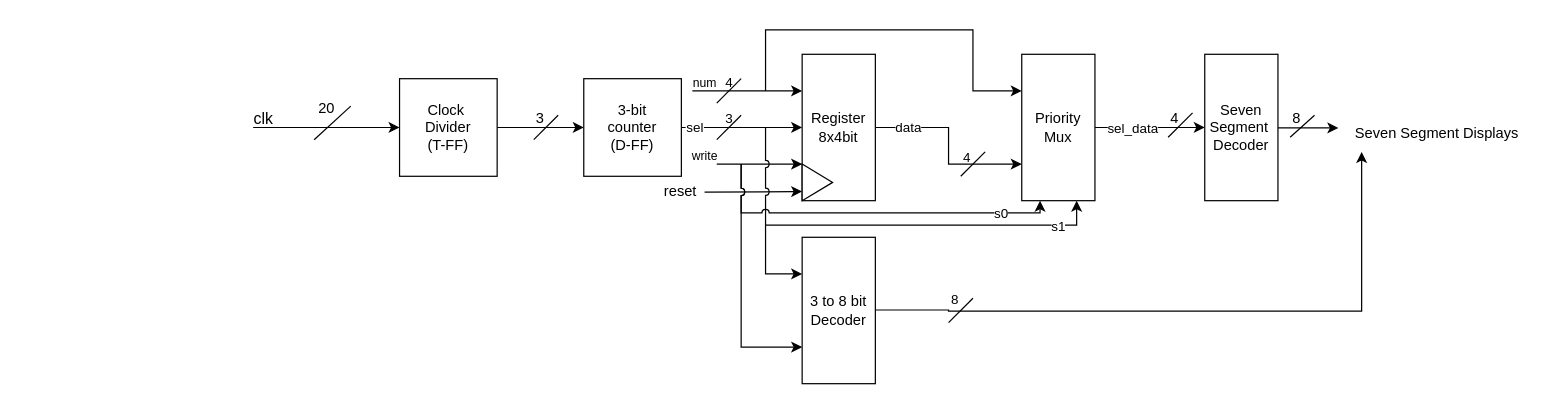
The draw.io diagram page "Page-1" (1 of 3) of SevenSegmentSeq.drawio in abubakar-lgtm/DSD_2023_Abubakar, before the edit. Source tidied: cells renumbered, new cells numbered last; positions are measured from the earlier drawing's top-left corner, leaving out a move shared by most shapes. Both pictures are drawn from the tidied source at 122%, with x=0, y=0 at pixel (240, 29).
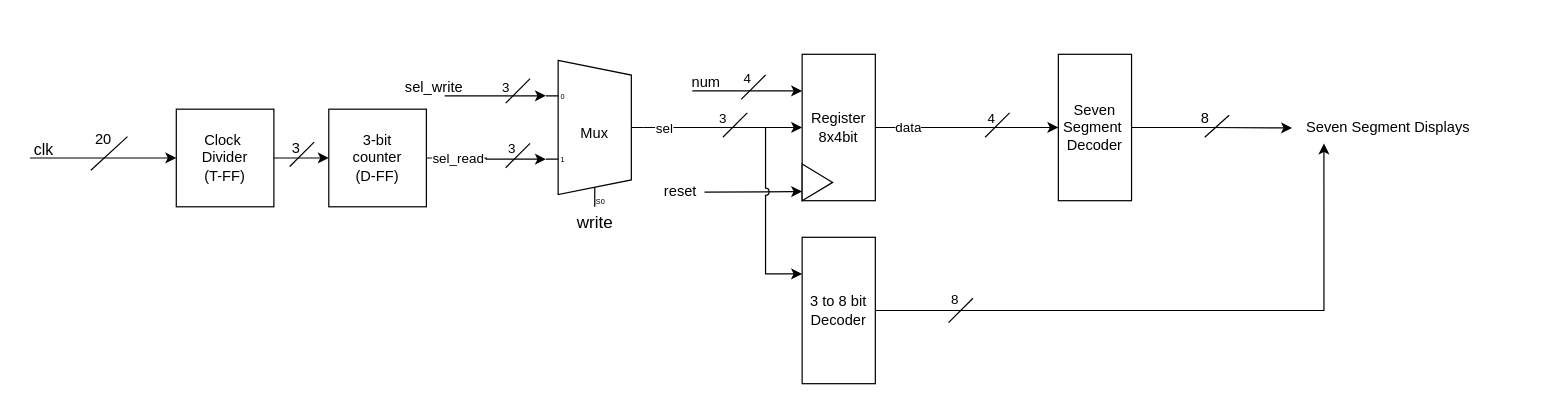
After the change.

The change refers to these unchanged cells:
```xml
<mxCell id="28" value="Register&lt;div&gt;8x4bit&lt;/div&gt;" style="rounded=0;whiteSpace=wrap;html=1;direction=south;" parent="27" vertex="1">
  <mxGeometry width="60" height="120" as="geometry" />
</mxCell>
<mxCell id="33" value="3 to 8 bit&lt;div&gt;Decoder&lt;/div&gt;" style="rounded=0;whiteSpace=wrap;html=1;direction=south;" parent="1" vertex="1">
  <mxGeometry x="460" y="170" width="60" height="120" as="geometry" />
</mxCell>
```

Diff of the diagram source:
```diff
@@
     <mxCell id="3" value="Clock&amp;nbsp;&lt;div&gt;Divider&lt;/div&gt;&lt;div&gt;(T-FF)&lt;/div&gt;" style="whiteSpace=wrap;html=1;" parent="1" vertex="1">
-      <mxGeometry x="130" y="40" width="80" height="80" as="geometry" />
+      <mxGeometry x="-53" y="65" width="80" height="80" as="geometry" />
     </mxCell>
     <mxCell id="4" style="endArrow=classic;html=1;rounded=0;entryX=0;entryY=0.5;entryDx=0;entryDy=0;strokeWidth=1;" parent="1" edge="1" target="3">
       <mxGeometry relative="1" as="geometry">
-        <mxPoint x="10" y="80" as="sourcePoint" />
+        <mxPoint x="-173" y="105" as="sourcePoint" />
       </mxGeometry>
     </mxCell>
     <mxCell id="5" value="&lt;font style=&quot;font-size: 13px;&quot;&gt;clk&amp;nbsp;&lt;/font&gt;" style="text;html=1;align=center;verticalAlign=middle;strokeColor=none;fillColor=none;" parent="1" vertex="1">
-      <mxGeometry y="58" width="40" height="30" as="geometry" />
+      <mxGeometry x="-180" y="83" width="40" height="30" as="geometry" />
     </mxCell>
-    <mxCell id="6" style="edgeStyle=orthogonalEdgeStyle;rounded=0;jettySize=auto;html=1;entryX=0.5;entryY=1;entryDx=0;entryDy=0;strokeWidth=1;" parent="1" edge="1" source="8" target="28">
+    <mxCell id="6" style="edgeStyle=orthogonalEdgeStyle;rounded=0;jettySize=auto;html=1;strokeWidth=1;entryX=0;entryY=0.65;entryDx=0;entryDy=3;entryPerimeter=0;" parent="1" edge="1" source="8" target="53">
       <mxGeometry relative="1" as="geometry" />
     </mxCell>
-    <mxCell id="7" value="sel" style="edgeLabel;html=1;align=center;verticalAlign=middle;" parent="6" vertex="1">
-      <mxGeometry x="-0.8" y="1" relative="1" as="geometry" />
+    <mxCell id="7" value="sel_read" style="edgeLabel;html=1;align=center;verticalAlign=middle;" parent="6" vertex="1">
+      <mxGeometry x="-0.8" y="1" relative="1" as="geometry">
+        <mxPoint x="15" y="1" as="offset" />
+      </mxGeometry>
     </mxCell>
     <mxCell id="8" value="3-bit&lt;div&gt;counter&lt;/div&gt;&lt;div&gt;(D-FF)&lt;/div&gt;" style="whiteSpace=wrap;html=1;" parent="1" vertex="1">
-      <mxGeometry x="281" y="40" width="80" height="80" as="geometry" />
+      <mxGeometry x="72" y="65" width="80" height="80" as="geometry" />
     </mxCell>
-    <mxCell id="9" style="edgeStyle=orthogonalEdgeStyle;rounded=0;jettySize=auto;html=1;strokeWidth=1;entryX=0.75;entryY=1;entryDx=0;entryDy=0;" parent="1" edge="1" source="28" target="47">
+    <mxCell id="9" style="edgeStyle=orthogonalEdgeStyle;rounded=0;jettySize=auto;html=1;strokeWidth=1;entryX=0.5;entryY=1;entryDx=0;entryDy=0;" parent="1" edge="1" source="28" target="23">
       <mxGeometry relative="1" as="geometry" />
     </mxCell>
@@
     <mxCell id="11" style="endArrow=none;html=1;rounded=0;strokeWidth=1;" parent="1" edge="1">
       <mxGeometry relative="1" as="geometry">
-        <mxPoint x="90" y="62.5" as="sourcePoint" />
-        <mxPoint x="60" y="90" as="targetPoint" />
+        <mxPoint x="-93" y="87.5" as="sourcePoint" />
+        <mxPoint x="-123" y="115" as="targetPoint" />
       </mxGeometry>
     </mxCell>
     <mxCell id="12" value="20" style="text;html=1;align=center;verticalAlign=middle;strokeColor=none;fillColor=none;" parent="1" vertex="1">
-      <mxGeometry x="50" y="50" width="40" height="30" as="geometry" />
+      <mxGeometry x="-133" y="75" width="40" height="30" as="geometry" />
     </mxCell>
     <mxCell id="13" style="endArrow=none;html=1;rounded=0;strokeWidth=1;" parent="1" edge="1">
       <mxGeometry relative="1" as="geometry">
-        <mxPoint x="260" y="70" as="sourcePoint" />
-        <mxPoint x="240" y="90" as="targetPoint" />
+        <mxPoint x="60" y="92" as="sourcePoint" />
+        <mxPoint x="40" y="112" as="targetPoint" />
       </mxGeometry>
     </mxCell>
     <mxCell id="14" value="&lt;font&gt;3&lt;/font&gt;" style="text;html=1;align=center;verticalAlign=middle;strokeColor=none;fillColor=none;" parent="1" vertex="1">
-      <mxGeometry x="230" y="58" width="30" height="30" as="geometry" />
+      <mxGeometry x="30" y="82" width="30" height="30" as="geometry" />
     </mxCell>
-    <mxCell id="15" style="endArrow=classic;html=1;rounded=0;entryX=0.75;entryY=1;entryDx=0;entryDy=0;" parent="1" edge="1" target="28">
-      <mxGeometry relative="1" as="geometry">
-        <mxPoint x="390" y="110" as="sourcePoint" />
-      </mxGeometry>
-    </mxCell>
-    <mxCell id="16" value="write" style="text;html=1;align=center;verticalAlign=middle;strokeColor=none;fillColor=none;fontSize=10;" parent="1" vertex="1">
-      <mxGeometry x="360" y="88" width="40" height="30" as="geometry" />
+    <mxCell id="16" value="&lt;font style=&quot;font-size: 14px;&quot;&gt;write&lt;/font&gt;" style="text;html=1;align=center;verticalAlign=middle;strokeColor=none;fillColor=none;fontSize=10;" parent="1" vertex="1">
+      <mxGeometry x="265" y="140" width="50" height="35" as="geometry" />
     </mxCell>
@@
     <mxCell id="18" style="endArrow=none;html=1;rounded=0;strokeWidth=1;" parent="1" edge="1">
       <mxGeometry relative="1" as="geometry">
-        <mxPoint x="410" y="70" as="sourcePoint" />
-        <mxPoint x="390" y="90" as="targetPoint" />
+        <mxPoint x="237" y="93" as="sourcePoint" />
+        <mxPoint x="217" y="113" as="targetPoint" />
       </mxGeometry>
     </mxCell>
     <mxCell id="19" value="3" style="text;html=1;align=center;verticalAlign=middle;strokeColor=none;fillColor=none;fontSize=11;" parent="1" vertex="1">
-      <mxGeometry x="385" y="58" width="30" height="30" as="geometry" />
+      <mxGeometry x="207" y="82" width="30" height="30" as="geometry" />
     </mxCell>
-    <mxCell id="20" value="&lt;font style=&quot;font-size: 10px;&quot;&gt;num&lt;/font&gt;" style="text;html=1;align=center;verticalAlign=middle;strokeColor=none;fillColor=none;" parent="1" vertex="1">
-      <mxGeometry x="360" y="28" width="40" height="30" as="geometry" />
+    <mxCell id="20" value="&lt;font style=&quot;font-size: 12px;&quot;&gt;num&lt;/font&gt;" style="text;html=1;align=center;verticalAlign=middle;strokeColor=none;fillColor=none;" parent="1" vertex="1">
+      <mxGeometry x="358" y="28" width="45" height="30" as="geometry" />
     </mxCell>
     <mxCell id="21" value="4" style="text;html=1;align=center;verticalAlign=middle;strokeColor=none;fillColor=none;fontSize=11;" parent="1" vertex="1">
-      <mxGeometry x="385" y="28" width="30" height="30" as="geometry" />
+      <mxGeometry x="400" y="25" width="30" height="30" as="geometry" />
     </mxCell>
     <mxCell id="22" style="endArrow=none;html=1;rounded=0;strokeWidth=1;" parent="1" edge="1">
       <mxGeometry relative="1" as="geometry">
-        <mxPoint x="410" y="40" as="sourcePoint" />
-        <mxPoint x="390" y="60" as="targetPoint" />
+        <mxPoint x="430" y="37" as="sourcePoint" />
+        <mxPoint x="410" y="57" as="targetPoint" />
       </mxGeometry>
     </mxCell>
     <mxCell id="23" value="Seven Segment&amp;nbsp;&lt;div&gt;Decoder&lt;/div&gt;" style="rounded=0;whiteSpace=wrap;html=1;direction=south;" parent="1" vertex="1">
-      <mxGeometry x="790" y="20" width="60" height="120" as="geometry" />
+      <mxGeometry x="670" y="20" width="60" height="120" as="geometry" />
     </mxCell>
     <mxCell id="24" style="endArrow=none;html=1;rounded=0;strokeWidth=1;" parent="1" edge="1">
       <mxGeometry relative="1" as="geometry">
-        <mxPoint x="610" y="100" as="sourcePoint" />
-        <mxPoint x="590" y="120" as="targetPoint" />
+        <mxPoint x="630" y="68" as="sourcePoint" />
+        <mxPoint x="610" y="88" as="targetPoint" />
       </mxGeometry>
     </mxCell>
     <mxCell id="25" value="&lt;font style=&quot;font-size: 11px;&quot;&gt;4&lt;/font&gt;" style="text;html=1;align=center;verticalAlign=middle;strokeColor=none;fillColor=none;" parent="1" vertex="1">
-      <mxGeometry x="580" y="90" width="30" height="30" as="geometry" />
+      <mxGeometry x="600" y="58" width="30" height="30" as="geometry" />
     </mxCell>
     <mxCell id="26" value="Seven Segment Displays" style="text;html=1;align=center;verticalAlign=middle;points=[];strokeColor=none;fillColor=none;" parent="1" vertex="1">
-      <mxGeometry x="900" y="70" width="160" height="30" as="geometry" />
+      <mxGeometry x="860" y="65" width="160" height="30" as="geometry" />
     </mxCell>
@@
-    <mxCell id="32" style="edgeStyle=orthogonalEdgeStyle;rounded=0;orthogonalLoop=1;jettySize=auto;html=1;entryX=0.116;entryY=1.014;entryDx=0;entryDy=0;entryPerimeter=0;" parent="1" edge="1">
-      <mxGeometry relative="1" as="geometry">
-        <mxPoint x="520" y="229.6" as="sourcePoint" />
-        <mxPoint x="918.6" y="100" as="targetPoint" />
-        <Array as="points">
-          <mxPoint x="580" y="229.6" />
-          <mxPoint x="580" y="230.6" />
-          <mxPoint x="919" y="230.6" />
-        </Array>
-      </mxGeometry>
-    </mxCell>
@@
-    <mxCell id="35" style="endArrow=classic;html=1;rounded=0;entryX=0.75;entryY=1;entryDx=0;entryDy=0;jumpStyle=arc;" parent="1" edge="1" target="33">
-      <mxGeometry relative="1" as="geometry">
-        <mxPoint x="410" y="110" as="sourcePoint" />
-        <Array as="points">
-          <mxPoint x="410" y="260" />
-        </Array>
-      </mxGeometry>
-    </mxCell>
@@
-    <mxCell id="38" style="endArrow=classic;html=1;rounded=0;entryX=1;entryY=0.75;entryDx=0;entryDy=0;jumpStyle=arc;" parent="1" edge="1" target="47">
-      <mxGeometry relative="1" as="geometry">
-        <mxPoint x="410" y="110" as="sourcePoint" />
-        <Array as="points">
-          <mxPoint x="410" y="150" />
-          <mxPoint x="655" y="150" />
-        </Array>
-      </mxGeometry>
-    </mxCell>
-    <mxCell id="39" value="s0" style="edgeLabel;html=1;align=center;verticalAlign=middle;" parent="38" vertex="1">
-      <mxGeometry x="0.71" relative="1" as="geometry" />
-    </mxCell>
-    <mxCell id="40" style="endArrow=none;html=1;rounded=0;" parent="1" edge="1">
-      <mxGeometry relative="1" as="geometry">
-        <mxPoint x="780" y="68" as="sourcePoint" />
-        <mxPoint x="760" y="88" as="targetPoint" />
-      </mxGeometry>
-    </mxCell>
-    <mxCell id="41" value="4" style="text;html=1;align=center;verticalAlign=middle;strokeColor=none;fillColor=none;" parent="1" vertex="1">
-      <mxGeometry x="750" y="58" width="30" height="30" as="geometry" />
-    </mxCell>
-    <mxCell id="42" style="edgeStyle=orthogonalEdgeStyle;rounded=0;jettySize=auto;html=1;entryX=-0.003;entryY=0.346;entryDx=0;entryDy=0;entryPerimeter=0;" parent="1" edge="1" source="23" target="26">
-      <mxGeometry relative="1" as="geometry">
-        <Array as="points">
-          <mxPoint x="875" y="80" />
-        </Array>
-      </mxGeometry>
-    </mxCell>
     <mxCell id="43" style="endArrow=none;html=1;rounded=0;" parent="1" edge="1">
       <mxGeometry relative="1" as="geometry">
-        <mxPoint x="860" y="88" as="sourcePoint" />
-        <mxPoint x="880" y="70" as="targetPoint" />
+        <mxPoint x="790" y="88" as="sourcePoint" />
+        <mxPoint x="810" y="70" as="targetPoint" />
       </mxGeometry>
     </mxCell>
     <mxCell id="44" value="8" style="text;html=1;align=center;verticalAlign=middle;strokeColor=none;fillColor=none;" parent="1" vertex="1">
-      <mxGeometry x="850" y="58" width="30" height="30" as="geometry" />
+      <mxGeometry x="775" y="58" width="30" height="30" as="geometry" />
     </mxCell>
-    <mxCell id="45" style="edgeStyle=orthogonalEdgeStyle;rounded=0;jettySize=auto;html=1;entryX=0.5;entryY=1;entryDx=0;entryDy=0;" parent="1" edge="1" source="47" target="23">
-      <mxGeometry relative="1" as="geometry" />
-    </mxCell>
-    <mxCell id="46" value="sel_data" style="edgeLabel;html=1;align=center;verticalAlign=middle;" parent="45" vertex="1">
-      <mxGeometry x="-0.56" relative="1" as="geometry">
-        <mxPoint x="10" as="offset" />
-      </mxGeometry>
-    </mxCell>
-    <mxCell id="47" value="Priority&lt;div&gt;Mux&lt;/div&gt;" style="rounded=0;whiteSpace=wrap;html=1;direction=south;" parent="1" vertex="1">
-      <mxGeometry x="640" y="20" width="60" height="120" as="geometry" />
-    </mxCell>
-    <mxCell id="48" style="endArrow=classic;html=1;rounded=0;entryX=0.25;entryY=1;entryDx=0;entryDy=0;" parent="1" edge="1" target="47">
-      <mxGeometry relative="1" as="geometry">
-        <mxPoint x="430" y="50" as="sourcePoint" />
-        <Array as="points">
-          <mxPoint x="430" />
-          <mxPoint x="600" />
-          <mxPoint x="600" y="50" />
-        </Array>
-      </mxGeometry>
-    </mxCell>
-    <mxCell id="49" style="endArrow=classic;html=1;rounded=0;entryX=1;entryY=0.25;entryDx=0;entryDy=0;" parent="1" edge="1" target="47">
-      <mxGeometry relative="1" as="geometry">
-        <mxPoint x="430" y="160" as="sourcePoint" />
-        <Array as="points">
-          <mxPoint x="685" y="160" />
-        </Array>
-      </mxGeometry>
-    </mxCell>
-    <mxCell id="50" value="s1" style="edgeLabel;html=1;align=center;verticalAlign=middle;" parent="49" vertex="1">
-      <mxGeometry x="0.74" relative="1" as="geometry" />
-    </mxCell>
+    <mxCell id="51" style="edgeStyle=orthogonalEdgeStyle;rounded=0;jettySize=auto;html=1;entryX=0.5;entryY=1;entryDx=0;entryDy=0;exitX=1;exitY=0.5;exitDx=0;exitDy=-5;exitPerimeter=0;" parent="1" edge="1" source="53" target="28">
+      <mxGeometry relative="1" as="geometry" />
+    </mxCell>
+    <mxCell id="52" value="sel" style="edgeLabel;html=1;align=center;verticalAlign=middle;" parent="51" vertex="1">
+      <mxGeometry x="-0.76" y="-3" relative="1" as="geometry">
+        <mxPoint y="-3" as="offset" />
+      </mxGeometry>
+    </mxCell>
+    <mxCell id="53" value="Mux" style="shadow=0;dashed=0;align=center;html=1;strokeWidth=1;shape=mxgraph.electrical.abstract.mux2;whiteSpace=wrap;" parent="1" vertex="1">
+      <mxGeometry x="250" y="25" width="80" height="120" as="geometry" />
+    </mxCell>
+    <mxCell id="54" style="endArrow=classic;html=1;rounded=0;entryX=0;entryY=0.21666666666666667;entryDx=0;entryDy=3;entryPerimeter=0;" parent="1" edge="1" target="53">
+      <mxGeometry relative="1" as="geometry">
+        <mxPoint x="167" y="54" as="sourcePoint" />
+      </mxGeometry>
+    </mxCell>
+    <mxCell id="55" value="sel_write" style="text;html=1;align=center;verticalAlign=middle;strokeColor=none;fillColor=none;" parent="1" vertex="1">
+      <mxGeometry x="123" y="32" width="70" height="30" as="geometry" />
+    </mxCell>
+    <mxCell id="56" value="3" style="text;html=1;align=center;verticalAlign=middle;strokeColor=none;fillColor=none;fontSize=11;" parent="1" vertex="1">
+      <mxGeometry x="202" y="32" width="30" height="30" as="geometry" />
+    </mxCell>
+    <mxCell id="57" style="endArrow=none;html=1;rounded=0;strokeWidth=1;" parent="1" edge="1">
+      <mxGeometry relative="1" as="geometry">
+        <mxPoint x="237" y="40" as="sourcePoint" />
+        <mxPoint x="217" y="60" as="targetPoint" />
+      </mxGeometry>
+    </mxCell>
+    <mxCell id="42" style="edgeStyle=orthogonalEdgeStyle;rounded=0;jettySize=auto;html=1;entryX=0.01;entryY=0.512;entryDx=0;entryDy=0;entryPerimeter=0;" parent="1" edge="1" source="23" target="26">
+      <mxGeometry relative="1" as="geometry" />
+    </mxCell>
+    <mxCell id="58" style="edgeStyle=orthogonalEdgeStyle;rounded=0;jettySize=auto;html=1;entryX=0.173;entryY=0.936;entryDx=0;entryDy=0;entryPerimeter=0;" parent="1" edge="1" source="33" target="26">
+      <mxGeometry relative="1" as="geometry" />
+    </mxCell>
+    <mxCell id="59" value="3" style="text;html=1;align=center;verticalAlign=middle;strokeColor=none;fillColor=none;fontSize=11;" parent="1" vertex="1">
+      <mxGeometry x="380" y="58" width="30" height="30" as="geometry" />
+    </mxCell>
+    <mxCell id="60" style="endArrow=none;html=1;rounded=0;strokeWidth=1;" parent="1" edge="1">
+      <mxGeometry relative="1" as="geometry">
+        <mxPoint x="415" y="68" as="sourcePoint" />
+        <mxPoint x="395" y="88" as="targetPoint" />
+      </mxGeometry>
+    </mxCell>
```
